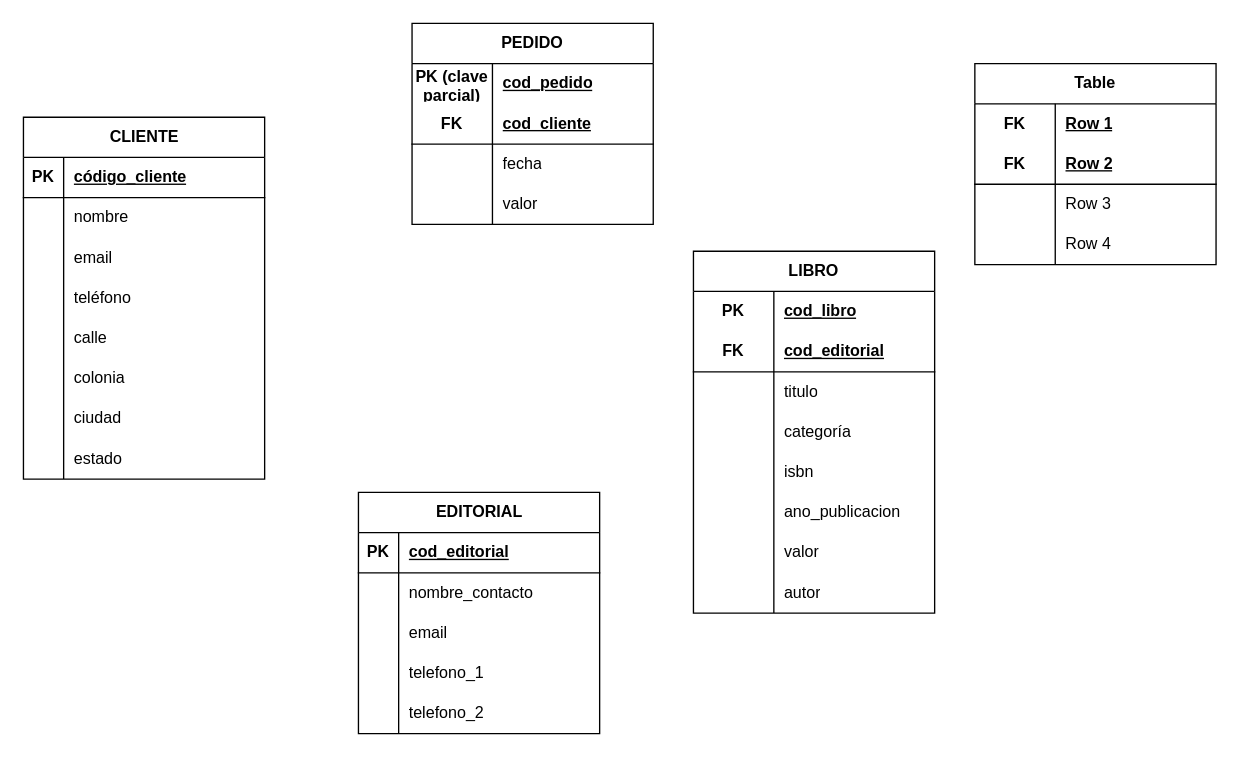
This is page "Modelo-logico" (2 of 2) of modelo.drawio from MichMDLT/Modelaje-BaseDatos, a draw.io file, before an edit. Source tidied: cells renumbered, new cells numbered last; positions are measured from the earlier drawing's top-left corner, leaving out a move shared by most shapes. Both pictures are drawn from the tidied source at 134%, with x=0, y=0 at pixel (23, 23).
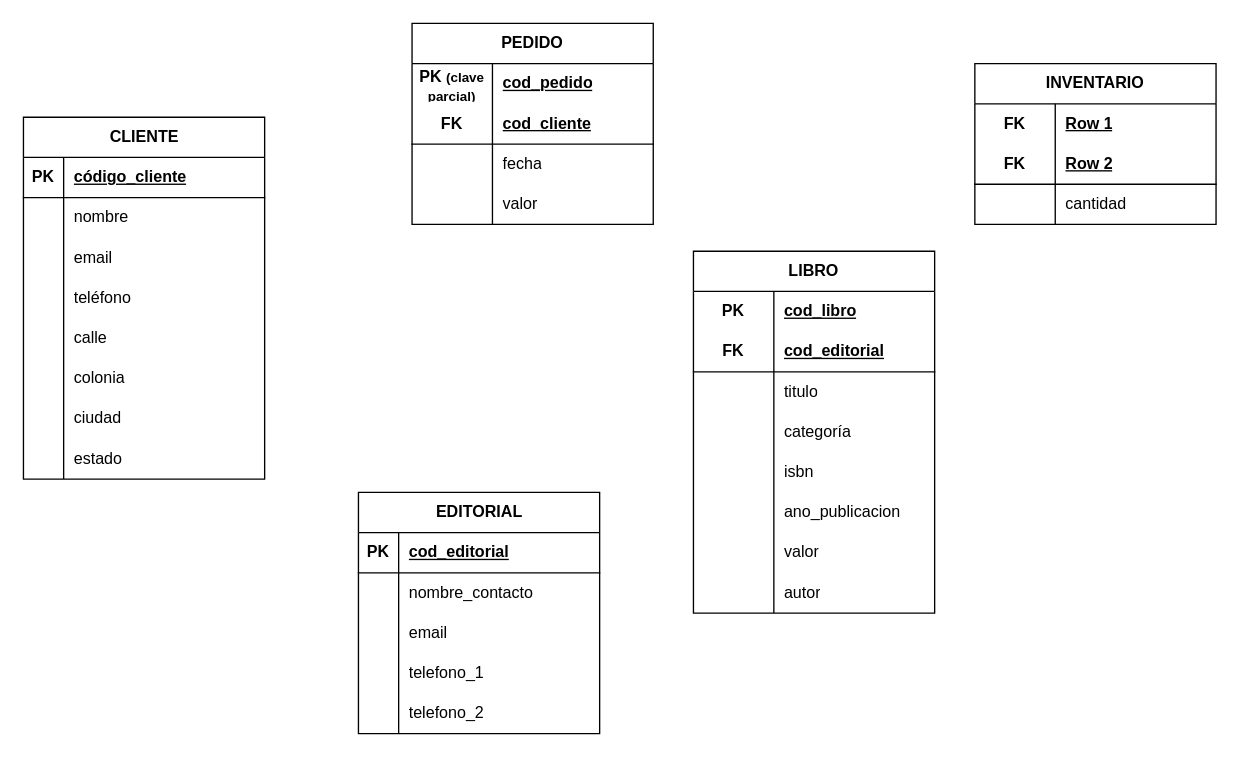
After the change.

Unchanged cells that the change refers to:
```xml
<mxCell id="44" style="shape=tableRow;horizontal=0;startSize=0;swimlaneHead=0;swimlaneBody=0;fillColor=none;top=0;left=0;right=0;bottom=0;html=1;" parent="43" vertex="1">
  <mxGeometry y="30" width="180" height="30" as="geometry" />
</mxCell>
<mxCell id="88" style="shape=tableRow;horizontal=0;startSize=0;swimlaneHead=0;swimlaneBody=0;fillColor=none;top=0;left=0;right=0;bottom=0;html=1;" parent="81" vertex="1">
  <mxGeometry y="90" width="180" height="30" as="geometry" />
</mxCell>
```

Change to the diagram source:
```diff
@@
-    <mxCell id="45" value="PK (clave parcial)" style="shape=partialRectangle;fillColor=none;top=0;left=0;bottom=0;right=0;fontStyle=1;overflow=hidden;html=1;whiteSpace=wrap;" parent="44" vertex="1">
+    <mxCell id="45" value="PK &lt;font style=&quot;font-size: 10px;&quot;&gt;(clave parcial)&lt;/font&gt;" style="shape=partialRectangle;fillColor=none;top=0;left=0;bottom=0;right=0;fontStyle=1;overflow=hidden;html=1;whiteSpace=wrap;" parent="44" vertex="1">
       <mxGeometry width="60" height="30" as="geometry" />
     </mxCell>
@@
-    <mxCell id="81" value="Table" style="shape=table;startSize=30;childLayout=tableLayout;rowLines=0;fontStyle=1;align=center;html=1;whiteSpace=wrap;" parent="1" vertex="1">
-      <mxGeometry x="710" y="30" width="180" height="150" as="geometry" />
+    <mxCell id="81" value="INVENTARIO" style="shape=table;startSize=30;childLayout=tableLayout;rowLines=0;fontStyle=1;align=center;html=1;whiteSpace=wrap;" parent="1" vertex="1">
+      <mxGeometry x="710" y="30" width="180" height="120" as="geometry" />
     </mxCell>
@@
-    <mxCell id="90" value="Row 3" style="shape=partialRectangle;fillColor=none;top=0;left=0;bottom=0;right=0;align=left;spacingLeft=6;overflow=hidden;html=1;whiteSpace=wrap;" parent="88" vertex="1">
+    <mxCell id="90" value="cantidad" style="shape=partialRectangle;fillColor=none;top=0;left=0;bottom=0;right=0;align=left;spacingLeft=6;overflow=hidden;html=1;whiteSpace=wrap;" parent="88" vertex="1">
       <mxGeometry x="60" width="120" height="30" as="geometry" />
     </mxCell>
-    <mxCell id="91" style="shape=tableRow;horizontal=0;startSize=0;swimlaneHead=0;swimlaneBody=0;fillColor=none;top=0;left=0;right=0;bottom=0;html=1;" parent="81" vertex="1">
-      <mxGeometry y="120" width="180" height="30" as="geometry" />
-    </mxCell>
-    <mxCell id="92" style="shape=partialRectangle;fillColor=none;top=0;left=0;bottom=0;right=0;overflow=hidden;html=1;whiteSpace=wrap;" parent="91" vertex="1">
-      <mxGeometry width="60" height="30" as="geometry" />
-    </mxCell>
-    <mxCell id="93" value="Row 4" style="shape=partialRectangle;fillColor=none;top=0;left=0;bottom=0;right=0;align=left;spacingLeft=6;overflow=hidden;html=1;whiteSpace=wrap;" parent="91" vertex="1">
-      <mxGeometry x="60" width="120" height="30" as="geometry" />
-    </mxCell>
```
